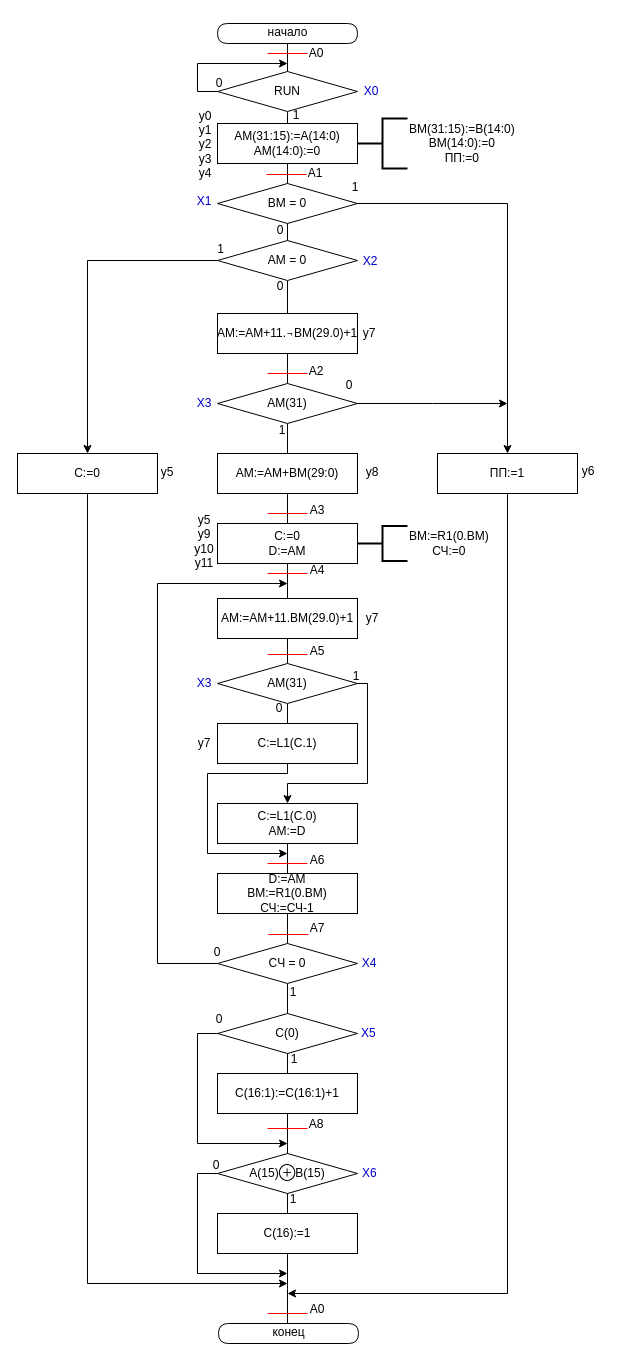
Earlier version of the draw.io diagram ГСА незакодированная — копия.drawio (EgorKor/ModelingCourseWork). Source tidied: cells renumbered, new cells numbered last; positions are measured from the earlier drawing's top-left corner, leaving out a move shared by most shapes. Both pictures are drawn from the tidied source at 100%, with x=0, y=0 at pixel (17, 17).
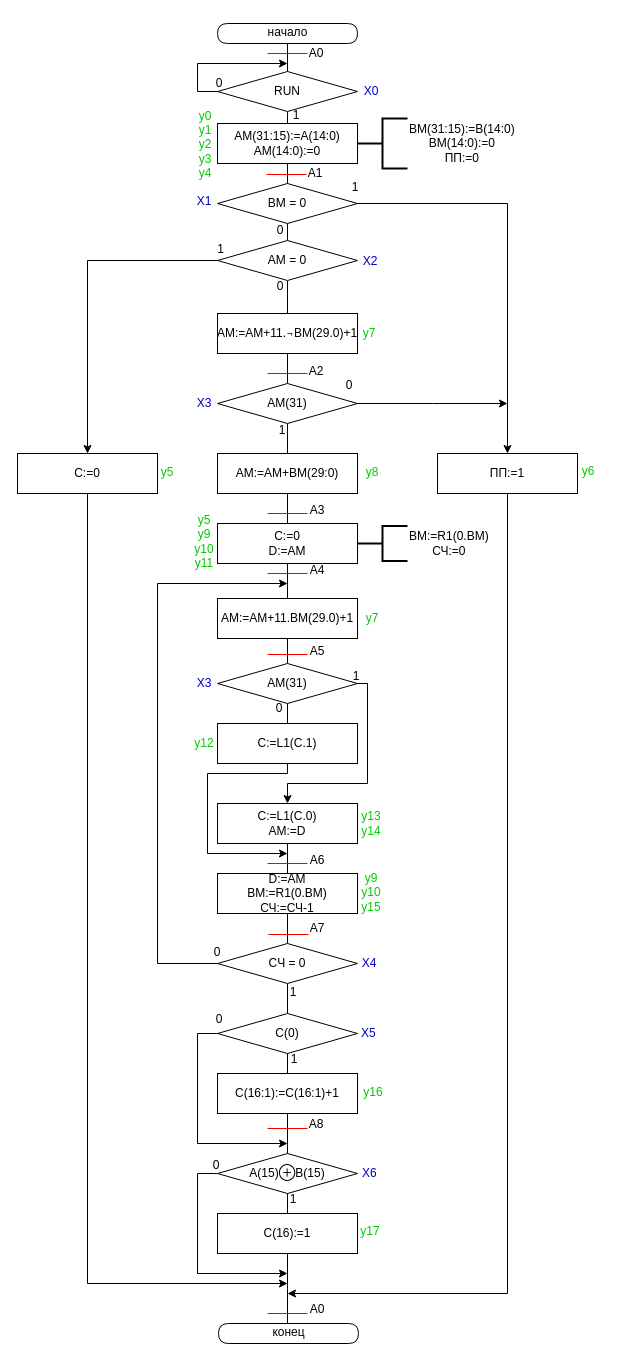
The same diagram, later.

Change to the diagram source:
```diff
@@
-    <mxCell id="107" value="y0&lt;br&gt;y1&lt;br&gt;y2&lt;br&gt;y3&lt;br&gt;y4" style="text;html=1;align=center;verticalAlign=middle;whiteSpace=wrap;rounded=0;" parent="1" vertex="1">
+    <mxCell id="107" value="y0&lt;br&gt;y1&lt;br&gt;y2&lt;br&gt;y3&lt;br&gt;y4" style="text;html=1;align=center;verticalAlign=middle;whiteSpace=wrap;rounded=0;fontColor=#00CC00;" parent="1" vertex="1">
       <mxGeometry x="158" y="112" width="60" height="30" as="geometry" />
     </mxCell>
-    <mxCell id="108" value="y7" style="text;html=1;align=center;verticalAlign=middle;whiteSpace=wrap;rounded=0;" parent="1" vertex="1">
+    <mxCell id="108" value="y7" style="text;html=1;align=center;verticalAlign=middle;whiteSpace=wrap;rounded=0;fontColor=#00CC00;" parent="1" vertex="1">
       <mxGeometry x="322" y="301" width="60" height="30" as="geometry" />
     </mxCell>
-    <mxCell id="109" value="y5" style="text;html=1;align=center;verticalAlign=middle;whiteSpace=wrap;rounded=0;" parent="1" vertex="1">
+    <mxCell id="109" value="y5" style="text;html=1;align=center;verticalAlign=middle;whiteSpace=wrap;rounded=0;fontColor=#00CC00;" parent="1" vertex="1">
       <mxGeometry x="120" y="440" width="60" height="30" as="geometry" />
     </mxCell>
-    <mxCell id="110" value="y8" style="text;html=1;align=center;verticalAlign=middle;whiteSpace=wrap;rounded=0;" parent="1" vertex="1">
+    <mxCell id="110" value="y8" style="text;html=1;align=center;verticalAlign=middle;whiteSpace=wrap;rounded=0;fontColor=#00CC00;" parent="1" vertex="1">
       <mxGeometry x="325" y="440" width="60" height="30" as="geometry" />
     </mxCell>
-    <mxCell id="111" value="y6" style="text;html=1;align=center;verticalAlign=middle;whiteSpace=wrap;rounded=0;" parent="1" vertex="1">
+    <mxCell id="111" value="y6" style="text;html=1;align=center;verticalAlign=middle;whiteSpace=wrap;rounded=0;fontColor=#00CC00;" parent="1" vertex="1">
       <mxGeometry x="541" y="439" width="60" height="30" as="geometry" />
     </mxCell>
-    <mxCell id="112" value="y5&lt;br&gt;y9&lt;br&gt;y10&lt;br&gt;y11" style="text;html=1;align=center;verticalAlign=middle;whiteSpace=wrap;rounded=0;" parent="1" vertex="1">
+    <mxCell id="112" value="y5&lt;br&gt;y9&lt;br&gt;y10&lt;br&gt;y11" style="text;html=1;align=center;verticalAlign=middle;whiteSpace=wrap;rounded=0;fontColor=#00CC00;" parent="1" vertex="1">
       <mxGeometry x="157" y="509" width="60" height="30" as="geometry" />
     </mxCell>
-    <mxCell id="113" value="y7" style="text;html=1;align=center;verticalAlign=middle;whiteSpace=wrap;rounded=0;" parent="1" vertex="1">
+    <mxCell id="113" value="y7" style="text;html=1;align=center;verticalAlign=middle;whiteSpace=wrap;rounded=0;fontColor=#00CC00;" parent="1" vertex="1">
       <mxGeometry x="325" y="586" width="60" height="30" as="geometry" />
     </mxCell>
-    <mxCell id="114" value="y7" style="text;html=1;align=center;verticalAlign=middle;whiteSpace=wrap;rounded=0;" parent="1" vertex="1">
+    <mxCell id="114" value="y12" style="text;html=1;align=center;verticalAlign=middle;whiteSpace=wrap;rounded=0;fontColor=#00CC00;" parent="1" vertex="1">
       <mxGeometry x="157" y="711" width="60" height="30" as="geometry" />
     </mxCell>
+    <mxCell id="115" value="y13&lt;br&gt;y14" style="text;html=1;align=center;verticalAlign=middle;whiteSpace=wrap;rounded=0;fontColor=#00CC00;" parent="1" vertex="1">
+      <mxGeometry x="324" y="791" width="60" height="30" as="geometry" />
+    </mxCell>
+    <mxCell id="116" value="y9&lt;br&gt;y10&lt;br&gt;y15" style="text;html=1;align=center;verticalAlign=middle;whiteSpace=wrap;rounded=0;fontColor=#00CC00;" parent="1" vertex="1">
+      <mxGeometry x="324" y="860" width="60" height="30" as="geometry" />
+    </mxCell>
+    <mxCell id="117" value="y16" style="text;html=1;align=center;verticalAlign=middle;whiteSpace=wrap;rounded=0;fontColor=#00CC00;" parent="1" vertex="1">
+      <mxGeometry x="326" y="1060" width="60" height="30" as="geometry" />
+    </mxCell>
+    <mxCell id="118" value="y17" style="text;html=1;align=center;verticalAlign=middle;whiteSpace=wrap;rounded=0;fontColor=#00CC00;" parent="1" vertex="1">
+      <mxGeometry x="323" y="1199" width="60" height="30" as="geometry" />
+    </mxCell>
```
